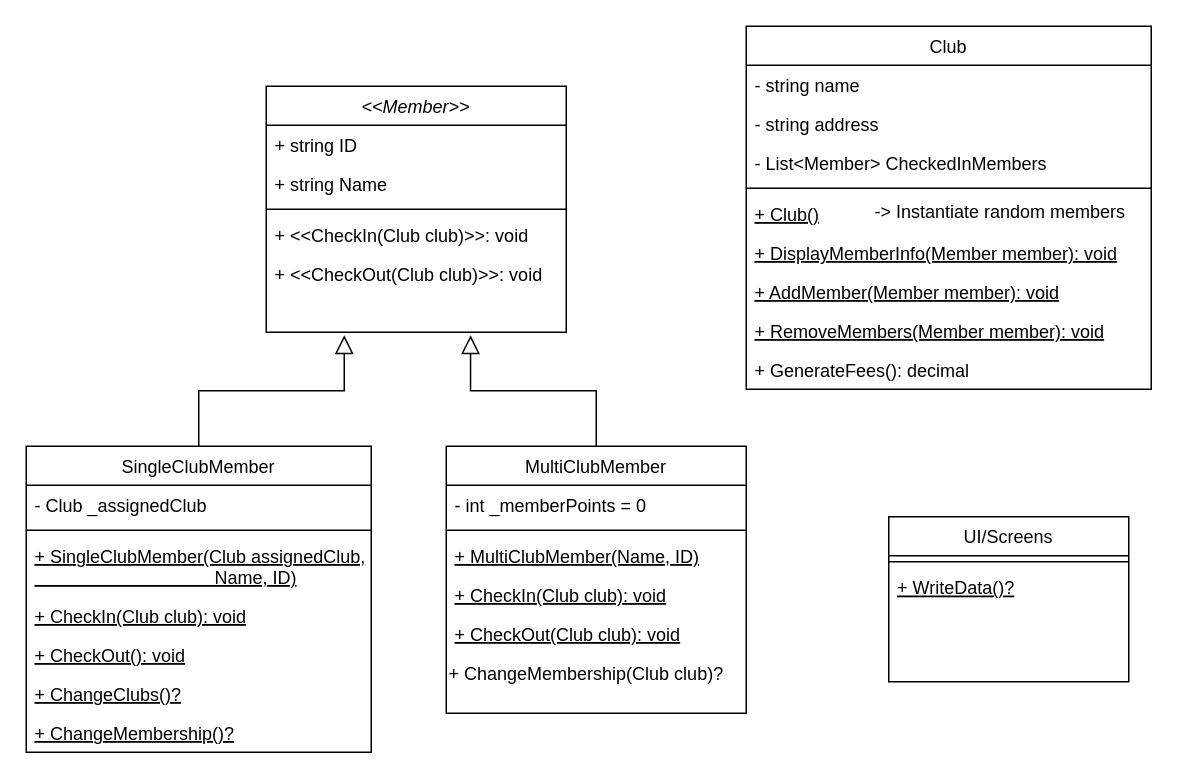
Earlier version of the draw.io diagram FitnessCenter.drawio (szali172/csharp_ahbc_midterm_proj). Source tidied: cells renumbered, new cells numbered last; positions are measured from the earlier drawing's top-left corner, leaving out a move shared by most shapes. Both pictures are drawn from the tidied source at 150%, with x=0, y=0 at pixel (26, 26).
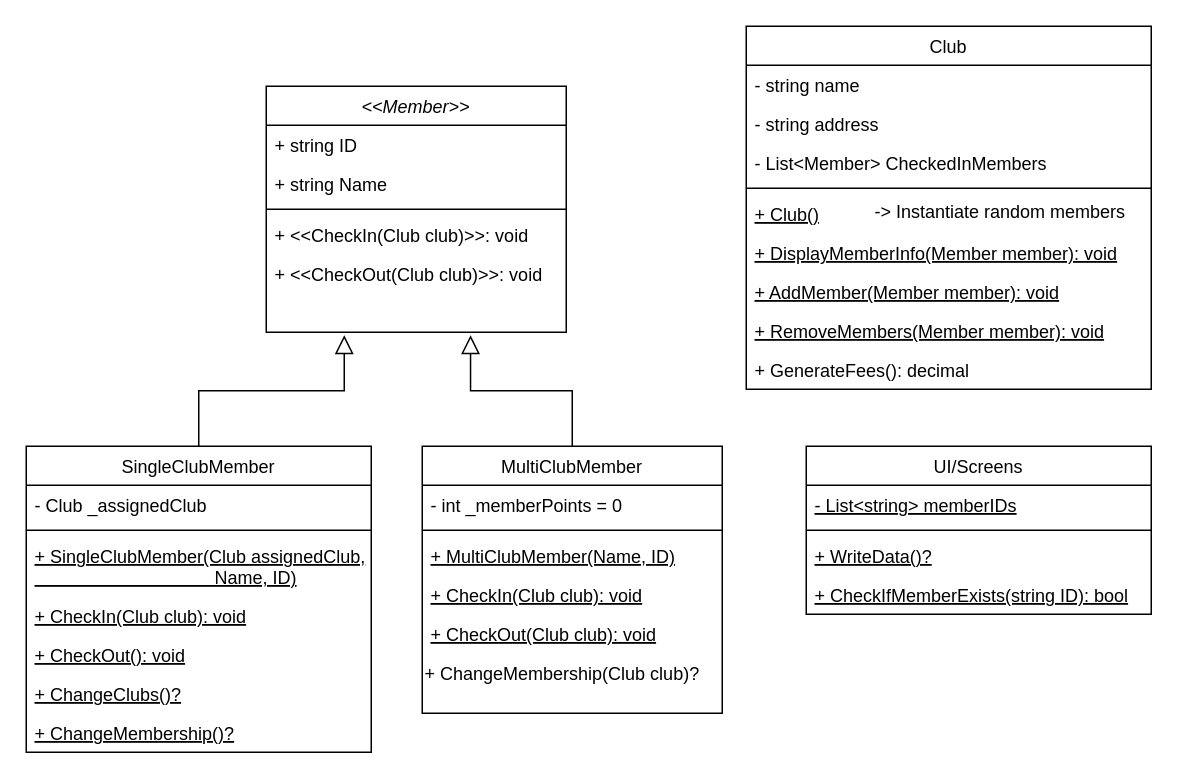
After the change.

The edit, as a diff of the source:
```diff
@@
     <mxCell id="17" value="MultiClubMember" style="swimlane;fontStyle=0;align=center;verticalAlign=top;horizontal=1;startSize=26;rounded=0;shadow=0;strokeWidth=1;" parent="1" vertex="1">
-      <mxGeometry x="280" y="280" width="200" height="178" as="geometry" />
+      <mxGeometry x="264" y="280" width="200" height="178" as="geometry" />
     </mxCell>
@@
     <mxCell id="35" value="UI/Screens" style="swimlane;fontStyle=0;align=center;verticalAlign=top;horizontal=1;startSize=26;rounded=0;shadow=0;strokeWidth=1;" parent="1" vertex="1">
-      <mxGeometry x="575" y="327" width="160" height="110" as="geometry" />
+      <mxGeometry x="520" y="280" width="230" height="112" as="geometry" />
     </mxCell>
+    <mxCell id="39" value="- List&lt;string&gt; memberIDs" style="text;align=left;verticalAlign=top;spacingLeft=4;spacingRight=4;overflow=hidden;fontStyle=4;" parent="35" vertex="1">
+      <mxGeometry y="26" width="230" height="26" as="geometry" />
+    </mxCell>
     <mxCell id="36" style="line;html=1;strokeWidth=1;align=left;verticalAlign=middle;spacingTop=-1;spacingLeft=3;spacingRight=3;labelPosition=right;" parent="35" vertex="1">
-      <mxGeometry y="26" width="160" height="8" as="geometry" />
+      <mxGeometry y="52" width="230" height="8" as="geometry" />
     </mxCell>
     <mxCell id="37" value="+ WriteData()?" style="text;align=left;verticalAlign=top;spacingLeft=4;spacingRight=4;overflow=hidden;fontStyle=4;" parent="35" vertex="1">
-      <mxGeometry y="34" width="160" height="26" as="geometry" />
+      <mxGeometry y="60" width="230" height="26" as="geometry" />
     </mxCell>
+    <mxCell id="40" value="+ CheckIfMemberExists(string ID): bool" style="text;align=left;verticalAlign=top;spacingLeft=4;spacingRight=4;overflow=hidden;fontStyle=4;" parent="35" vertex="1">
+      <mxGeometry y="86" width="230" height="26" as="geometry" />
+    </mxCell>
```
